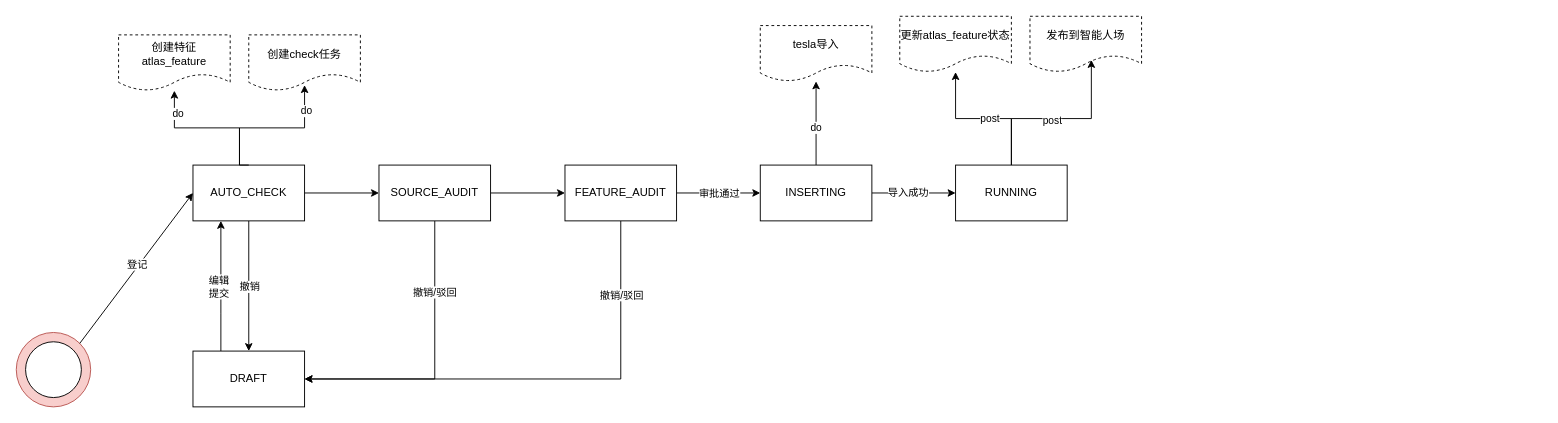
Earlier version of the draw.io diagram state_trans_for_register.drawio (learn2Pro/draw_io_save). Source tidied: cells renumbered, new cells numbered last; positions are measured from the earlier drawing's top-left corner, leaving out a move shared by most shapes. Both pictures are drawn from the tidied source at 93%, with x=0, y=0 at pixel (16, 16).
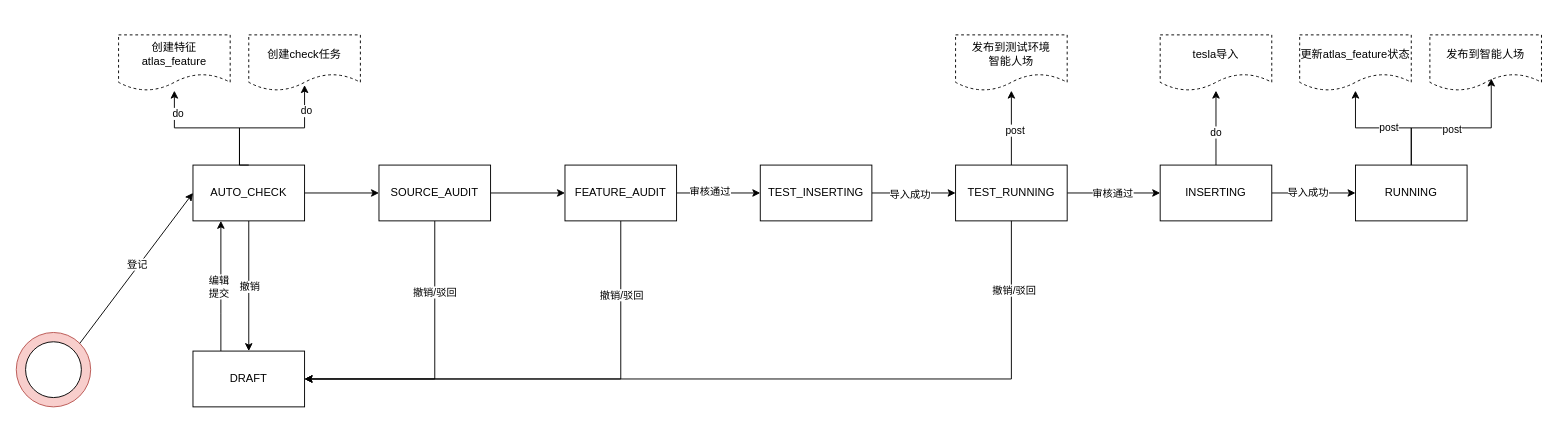
The same diagram, later.

Unchanged cells that the change refers to:
```xml
<mxCell id="22" value="FEATURE_AUDIT" style="rounded=0;whiteSpace=wrap;html=1;" parent="1" vertex="1">
  <mxGeometry x="590" y="160" width="120" height="60" as="geometry" />
</mxCell>
<mxCell id="25" value="DRAFT" style="rounded=0;whiteSpace=wrap;html=1;" parent="1" vertex="1">
  <mxGeometry x="190" y="360" width="120" height="60" as="geometry" />
</mxCell>
```

Change to the diagram source:
```diff
@@
-    <mxCell id="20" style="edgeStyle=orthogonalEdgeStyle;rounded=0;jettySize=auto;html=1;" parent="1" edge="1" source="22" target="33">
-      <mxGeometry relative="1" as="geometry" />
-    </mxCell>
-    <mxCell id="21" value="审批通过" style="edgeLabel;html=1;align=center;verticalAlign=middle;" parent="20" vertex="1">
-      <mxGeometry relative="1" as="geometry" />
-    </mxCell>
+    <mxCell id="42" style="edgeStyle=orthogonalEdgeStyle;rounded=0;jettySize=auto;html=1;" parent="1" edge="1" source="22" target="46">
+      <mxGeometry relative="1" as="geometry" />
+    </mxCell>
+    <mxCell id="43" value="审核通过" style="edgeLabel;html=1;align=center;verticalAlign=middle;" parent="42" vertex="1">
+      <mxGeometry x="-0.23" y="2" relative="1" as="geometry" />
+    </mxCell>
@@
     <mxCell id="33" value="INSERTING" style="rounded=0;whiteSpace=wrap;html=1;" parent="1" vertex="1">
-      <mxGeometry x="800" y="160" width="120" height="60" as="geometry" />
+      <mxGeometry x="1230" y="160" width="120" height="60" as="geometry" />
     </mxCell>
@@
     <mxCell id="36" value="RUNNING" style="rounded=0;whiteSpace=wrap;html=1;" parent="1" vertex="1">
-      <mxGeometry x="1010" y="160" width="120" height="60" as="geometry" />
+      <mxGeometry x="1440" y="160" width="120" height="60" as="geometry" />
     </mxCell>
     <mxCell id="37" value="tesla导入" style="shape=document;whiteSpace=wrap;html=1;boundedLbl=1;rounded=0;dashed=1;" parent="1" vertex="1">
-      <mxGeometry x="800" y="10" width="120" height="60" as="geometry" />
+      <mxGeometry x="1230" y="20" width="120" height="60" as="geometry" />
     </mxCell>
     <mxCell id="38" value="发布到智能人场" style="shape=document;whiteSpace=wrap;html=1;boundedLbl=1;rounded=0;dashed=1;" parent="1" vertex="1">
-      <mxGeometry x="1090" width="120" height="60" as="geometry" />
+      <mxGeometry x="1520" y="20" width="120" height="60" as="geometry" />
     </mxCell>
     <mxCell id="39" value="更新atlas_feature状态" style="shape=document;whiteSpace=wrap;html=1;boundedLbl=1;rounded=0;dashed=1;" parent="1" vertex="1">
-      <mxGeometry x="950" width="120" height="60" as="geometry" />
+      <mxGeometry x="1380" y="20" width="120" height="60" as="geometry" />
     </mxCell>
@@
+    <mxCell id="44" style="edgeStyle=orthogonalEdgeStyle;rounded=0;jettySize=auto;html=1;" parent="1" edge="1" source="46" target="51">
+      <mxGeometry relative="1" as="geometry" />
+    </mxCell>
+    <mxCell id="45" value="导入成功" style="edgeLabel;html=1;align=center;verticalAlign=middle;" parent="44" vertex="1">
+      <mxGeometry x="-0.12" y="-1" relative="1" as="geometry" />
+    </mxCell>
+    <mxCell id="46" value="TEST_INSERTING" style="rounded=0;whiteSpace=wrap;html=1;" parent="1" vertex="1">
+      <mxGeometry x="800" y="160" width="120" height="60" as="geometry" />
+    </mxCell>
+    <mxCell id="47" style="edgeStyle=orthogonalEdgeStyle;rounded=0;jettySize=auto;html=1;" parent="1" edge="1" source="51" target="33">
+      <mxGeometry relative="1" as="geometry" />
+    </mxCell>
+    <mxCell id="48" value="审核通过" style="edgeLabel;html=1;align=center;verticalAlign=middle;" parent="47" vertex="1">
+      <mxGeometry x="-0.04" relative="1" as="geometry" />
+    </mxCell>
+    <mxCell id="49" style="edgeStyle=orthogonalEdgeStyle;rounded=0;jettySize=auto;html=1;" parent="1" edge="1" source="51" target="54">
+      <mxGeometry relative="1" as="geometry" />
+    </mxCell>
+    <mxCell id="50" value="post" style="edgeLabel;html=1;align=center;verticalAlign=middle;" parent="49" vertex="1">
+      <mxGeometry x="-0.05" y="-3" relative="1" as="geometry" />
+    </mxCell>
+    <mxCell id="51" value="TEST_RUNNING" style="rounded=0;whiteSpace=wrap;html=1;" parent="1" vertex="1">
+      <mxGeometry x="1010" y="160" width="120" height="60" as="geometry" />
+    </mxCell>
+    <mxCell id="52" style="edgeStyle=orthogonalEdgeStyle;rounded=0;jettySize=auto;html=1;entryX=1;entryY=0.5;entryDx=0;entryDy=0;exitX=0.5;exitY=1;exitDx=0;exitDy=0;" parent="1" edge="1" source="51" target="25">
+      <mxGeometry relative="1" as="geometry">
+        <Array as="points">
+          <mxPoint x="1070" y="390" />
+        </Array>
+      </mxGeometry>
+    </mxCell>
+    <mxCell id="53" value="撤销/驳回" style="edgeLabel;html=1;align=center;verticalAlign=middle;" parent="52" vertex="1">
+      <mxGeometry x="-0.84" y="2" relative="1" as="geometry" />
+    </mxCell>
+    <mxCell id="54" value="发布到测试环境&lt;br&gt;智能人场" style="shape=document;whiteSpace=wrap;html=1;boundedLbl=1;rounded=0;dashed=1;" parent="1" vertex="1">
+      <mxGeometry x="1010" y="20" width="120" height="60" as="geometry" />
+    </mxCell>
```
